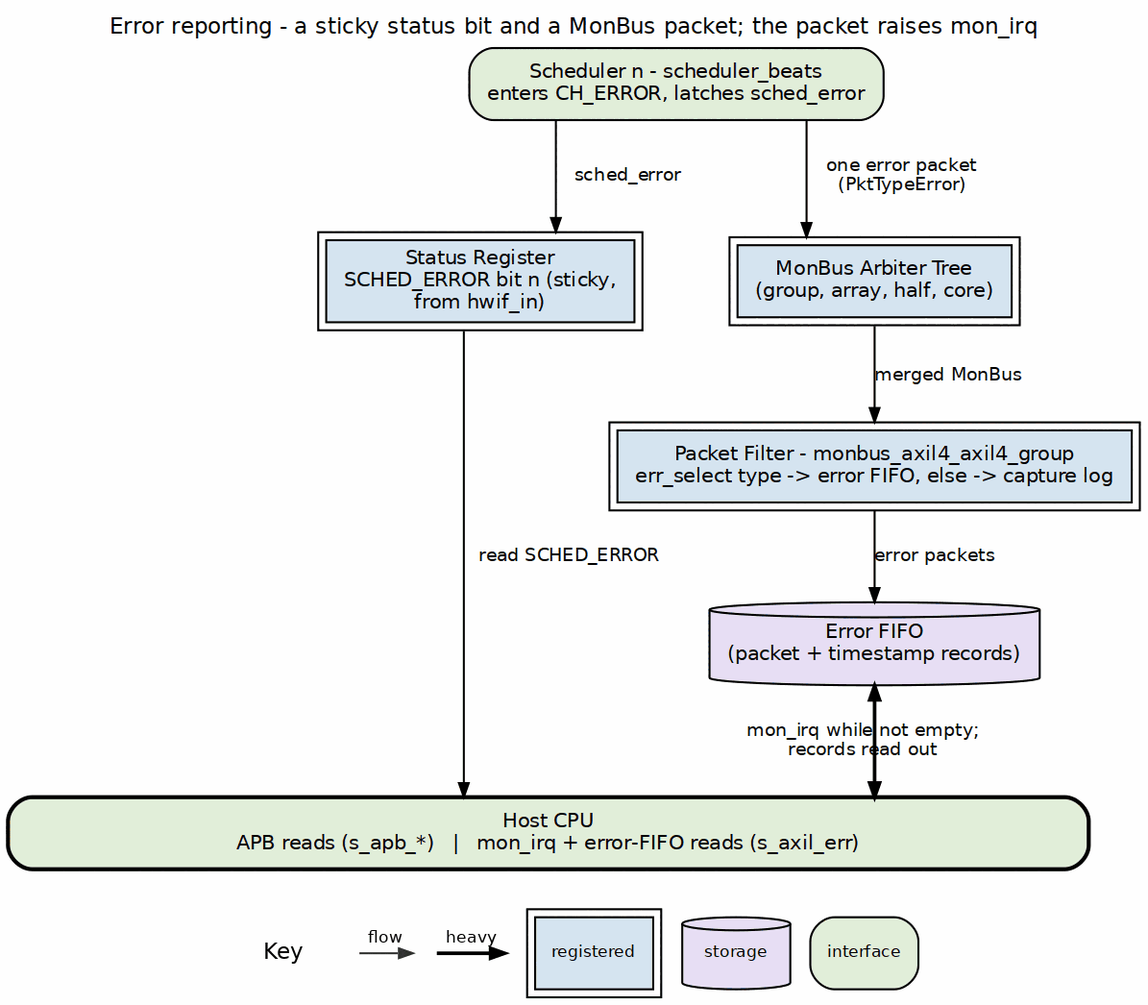
sean-galloway/RTLDesignSherpa keeps this Graphviz diagram as projects/components/dma-ip/rapids/docs/rapids_beats_has/assets/graphviz/ch05_error_reporting.png. Above is the earlier version. Its source is kept beside it as projects/components/dma-ip/rapids/docs/rapids_beats_has/assets/graphviz/ch05_error_reporting.dot.
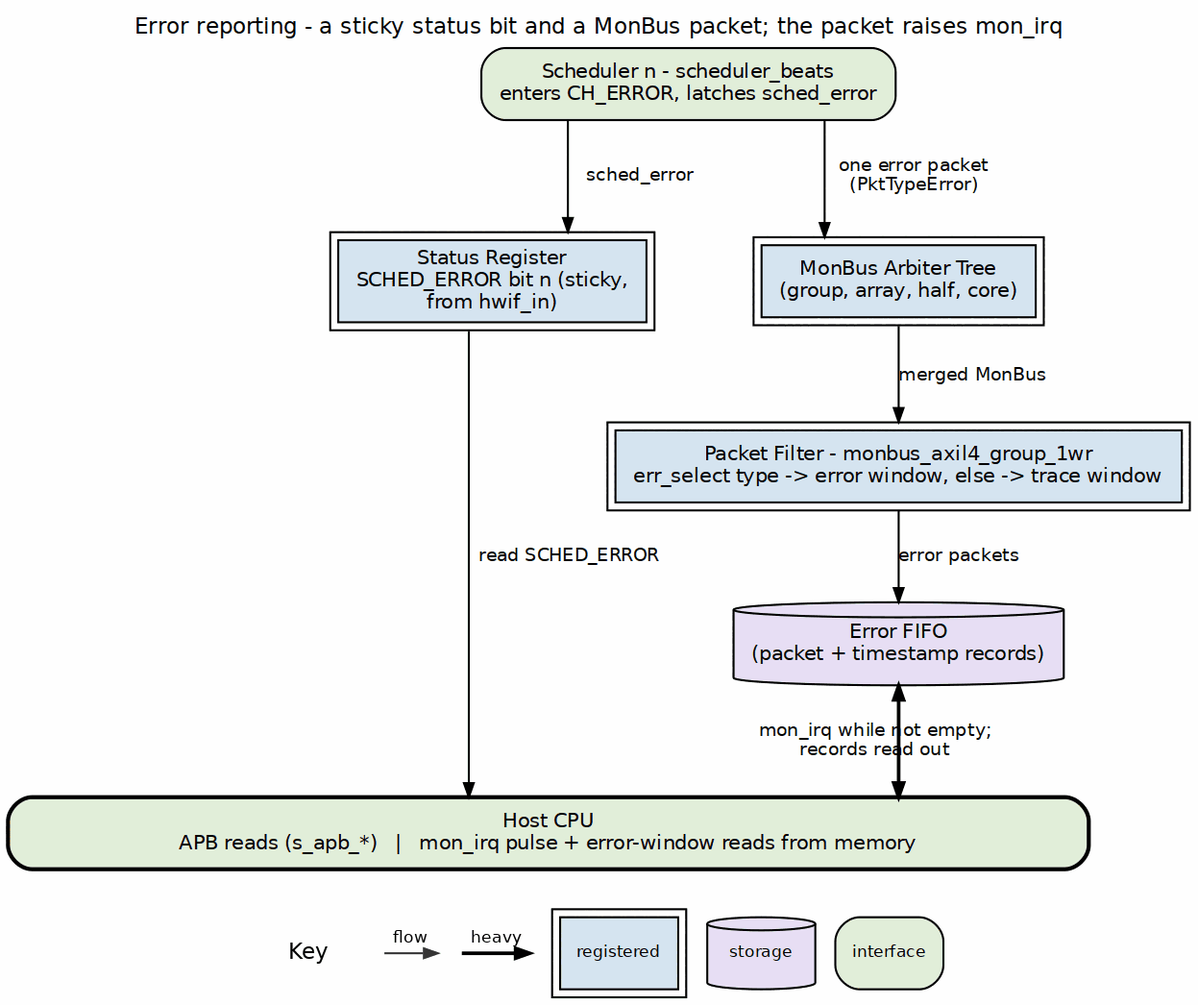
The same file after the commit.

The edit, as a diff of the source:
```diff
@@ -10,9 +10,9 @@
     sc  [label="Scheduler n - scheduler_beats\nenters CH_ERROR, latches sched_error", fillcolor="white", style="rounded,filled", fillcolor="#E2EFDA"];
     reg [label="Status Register\nSCHED_ERROR bit n (sticky,\nfrom hwif_in)", group=L, peripheries=2, style="filled", fillcolor="#D6E4F0"];
     arb [label="MonBus Arbiter Tree\n(group, array, half, core)", group=R, peripheries=2, style="filled", fillcolor="#D6E4F0"];
-    flt [label="Packet Filter - monbus_axil4_axil4_group\nerr_select type -> error FIFO, else -> capture log", group=R, peripheries=2, style="filled", fillcolor="#D6E4F0"];
+    flt [label="Packet Filter - monbus_axil4_group_1wr\nerr_select type -> error window, else -> trace window", group=R, peripheries=2, style="filled", fillcolor="#D6E4F0"];
     fifo [label="Error FIFO\n(packet + timestamp records)", group=R, shape=cylinder, style="filled", fillcolor="#E8DFF5"];
-    cpu [label="Host CPU\nAPB reads (s_apb_*)   |   mon_irq + error-FIFO reads (s_axil_err)", fillcolor="white", width=7.5, style="rounded,filled,bold", fillcolor="#E2EFDA"];
+    cpu [label="Host CPU\nAPB reads (s_apb_*)   |   mon_irq pulse + error-window reads from memory", fillcolor="white", width=7.5, style="rounded,filled,bold", fillcolor="#E2EFDA"];
 
     sc  -> reg  [label="sched_error"];
     sc  -> arb  [label="one error packet\n(PktTypeError)"];
```
